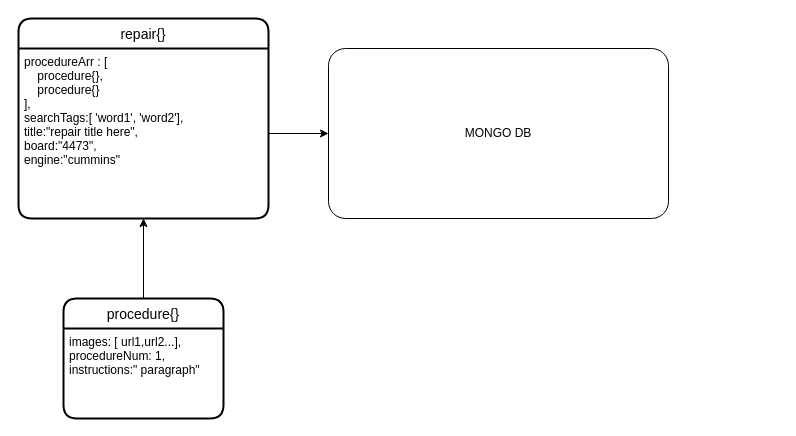
Earlier version of the draw.io diagram repair-reports/Untitled Diagram.drawio (jesusdoza/diagrams). Source tidied: cells renumbered, new cells numbered last; positions are measured from the earlier drawing's top-left corner, leaving out a move shared by most shapes. Both pictures are drawn from the tidied source at 100%, with x=0, y=0 at pixel (18, 18).
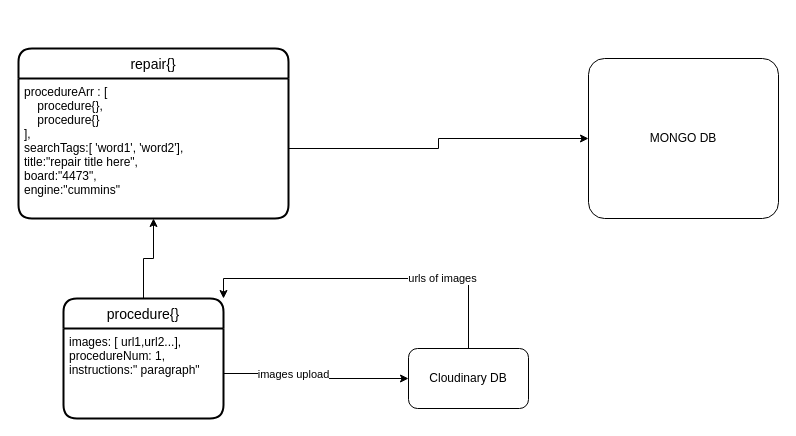
The same diagram, later.

Commit message:
updated repair reports

Diff of the diagram source:
```diff
@@
 <mxGraphModel>
   <root>
     <mxCell id="0" />
     <mxCell id="1" parent="0" />
     <mxCell id="2" value="repair{}" style="swimlane;horizontal=1;startSize=30;rounded=1;fontSize=14;fontStyle=0;strokeWidth=2;shadow=0;dashed=0;align=center;" parent="1" vertex="1">
-      <mxGeometry width="250" height="200" as="geometry" />
+      <mxGeometry y="30" width="270" height="170" as="geometry" />
     </mxCell>
     <mxCell id="3" value="procedureArr : [&#10;    procedure{},&#10;    procedure{}&#10;],&#10;searchTags:[ 'word1', 'word2'],&#10;title:&quot;repair title here&quot;,&#10;board:&quot;4473&quot;,&#10;engine:&quot;cummins&quot;&#10;" style="align=left;strokeColor=none;fillColor=none;spacingLeft=4;fontSize=12;verticalAlign=top;" parent="2" vertex="1">
-      <mxGeometry y="30" width="250" height="170" as="geometry" />
+      <mxGeometry y="30" width="270" height="140" as="geometry" />
     </mxCell>
     <mxCell id="4" style="edgeStyle=orthogonalEdgeStyle;rounded=0;jettySize=auto;html=1;" parent="1" edge="1" source="5" target="3">
       <mxGeometry relative="1" as="geometry" />
     </mxCell>
     <mxCell id="5" value="procedure{}" style="swimlane;horizontal=1;startSize=30;rounded=1;fontSize=14;fontStyle=0;strokeWidth=2;shadow=0;dashed=0;align=center;" parent="1" vertex="1">
       <mxGeometry x="45" y="280" width="160" height="120" as="geometry" />
     </mxCell>
     <mxCell id="6" value="images: [ url1,url2...],&#10;procedureNum: 1,&#10;instructions:&quot; paragraph&quot;" style="align=left;strokeColor=none;fillColor=none;spacingLeft=4;fontSize=12;verticalAlign=top;" parent="5" vertex="1">
       <mxGeometry y="30" width="160" height="90" as="geometry" />
     </mxCell>
     <mxCell id="7" value="MONGO DB" style="rounded=1;arcSize=10;whiteSpace=wrap;html=1;align=center;" parent="1" vertex="1">
-      <mxGeometry x="310" y="30" width="340" height="170" as="geometry" />
+      <mxGeometry x="570" y="40" width="190" height="160" as="geometry" />
     </mxCell>
     <mxCell id="8" style="edgeStyle=orthogonalEdgeStyle;rounded=0;jettySize=auto;html=1;" parent="1" edge="1" source="3" target="7">
       <mxGeometry relative="1" as="geometry" />
     </mxCell>
+    <mxCell id="9" value="Cloudinary DB" style="rounded=1;whiteSpace=wrap;html=1;" parent="1" vertex="1">
+      <mxGeometry x="390" y="330" width="120" height="60" as="geometry" />
+    </mxCell>
+    <mxCell id="10" style="edgeStyle=orthogonalEdgeStyle;rounded=0;jettySize=auto;html=1;entryX=0;entryY=0.5;entryDx=0;entryDy=0;" parent="1" edge="1" source="6" target="9">
+      <mxGeometry relative="1" as="geometry" />
+    </mxCell>
+    <mxCell id="11" value="images upload" style="edgeLabel;html=1;align=center;verticalAlign=middle;" parent="10" vertex="1">
+      <mxGeometry x="-0.27" relative="1" as="geometry" />
+    </mxCell>
+    <mxCell id="12" style="edgeStyle=orthogonalEdgeStyle;rounded=0;jettySize=auto;html=1;entryX=1;entryY=0;entryDx=0;entryDy=0;exitX=0.5;exitY=0;exitDx=0;exitDy=0;" parent="1" edge="1" source="9" target="5">
+      <mxGeometry relative="1" as="geometry" />
+    </mxCell>
+    <mxCell id="13" value="urls of images" style="edgeLabel;html=1;align=center;verticalAlign=middle;" parent="12" vertex="1">
+      <mxGeometry x="-0.42" y="-1" relative="1" as="geometry" />
+    </mxCell>
   </root>
 </mxGraphModel>
```
